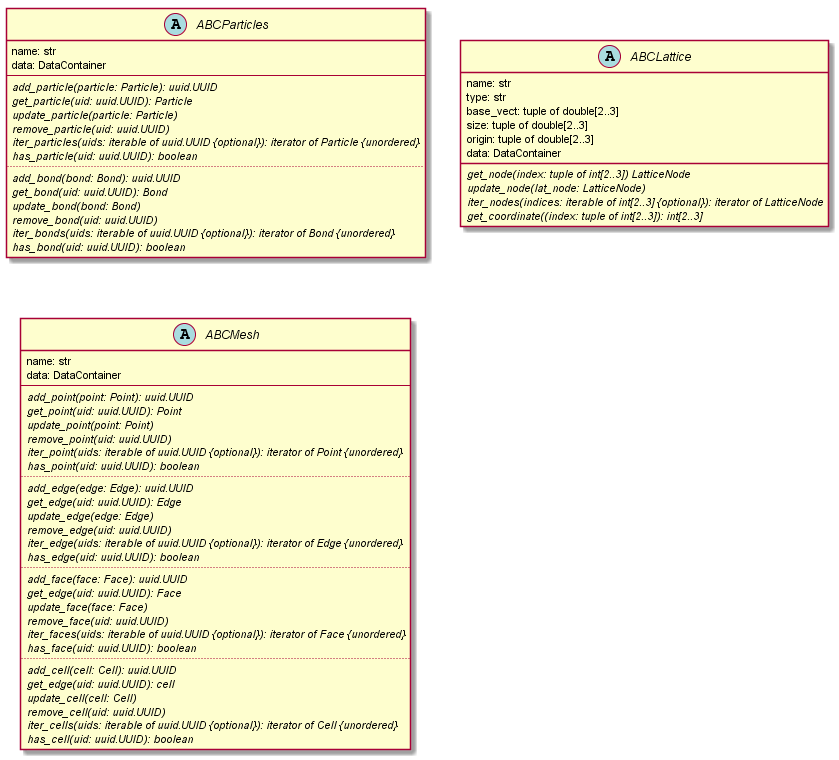
Earlier version of the PlantUML export doc/source/images/containers.png (simphony/simphony-common). Its diagram source:
```plantuml
@startuml
abstract class ABCParticles {
  name: str
  data: DataContainer
  --
  {abstract} add_particle(particle: Particle): uuid.UUID
  {abstract} get_particle(uid: uuid.UUID): Particle
  {abstract} update_particle(particle: Particle)
  {abstract} remove_particle(uid: uuid.UUID)
  {abstract} iter_particles(uids: iterable of uuid.UUID {optional}): iterator of Particle {unordered}
  {abstract} has_particle(uid: uuid.UUID): boolean
  ..
  {abstract} add_bond(bond: Bond): uuid.UUID
  {abstract} get_bond(uid: uuid.UUID): Bond
  {abstract} update_bond(bond: Bond)
  {abstract} remove_bond(uid: uuid.UUID)
  {abstract} iter_bonds(uids: iterable of uuid.UUID {optional}): iterator of Bond {unordered}
  {abstract} has_bond(uid: uuid.UUID): boolean
}
abstract class ABCLattice {
  name: str
  type: str
  base_vect: tuple of double[2..3]
  size: tuple of double[2..3]
  origin: tuple of double[2..3]
  data: DataContainer
  {abstract} get_node(index: tuple of int[2..3]) LatticeNode
  {abstract} update_node(lat_node: LatticeNode)
  {abstract} iter_nodes(indices: iterable of int[2..3] {optional}): iterator of LatticeNode
  {abstract} get_coordinate((index: tuple of int[2..3]): int[2..3]
}
abstract class ABCMesh {
  name: str
  data: DataContainer
  --
  {abstract} add_point(point: Point): uuid.UUID
  {abstract} get_point(uid: uuid.UUID): Point
  {abstract} update_point(point: Point)
  {abstract} remove_point(uid: uuid.UUID)
  {abstract} iter_point(uids: iterable of uuid.UUID {optional}): iterator of Point {unordered}
  {abstract} has_point(uid: uuid.UUID): boolean
  ..
  {abstract} add_edge(edge: Edge): uuid.UUID
  {abstract} get_edge(uid: uuid.UUID): Edge
  {abstract} update_edge(edge: Edge)
  {abstract} remove_edge(uid: uuid.UUID)
  {abstract} iter_edge(uids: iterable of uuid.UUID {optional}): iterator of Edge {unordered}
  {abstract} has_edge(uid: uuid.UUID): boolean
  ..
  {abstract} add_face(face: Face): uuid.UUID
  {abstract} get_edge(uid: uuid.UUID): Face
  {abstract} update_face(face: Face)
  {abstract} remove_face(uid: uuid.UUID)
  {abstract} iter_faces(uids: iterable of uuid.UUID {optional}): iterator of Face {unordered}
  {abstract} has_face(uid: uuid.UUID): boolean
  ..
  {abstract} add_cell(cell: Cell): uuid.UUID
  {abstract} get_edge(uid: uuid.UUID): cell
  {abstract} update_cell(cell: Cell)
  {abstract} remove_cell(uid: uuid.UUID)
  {abstract} iter_cells(uids: iterable of uuid.UUID {optional}): iterator of Cell {unordered}
  {abstract} has_cell(uid: uuid.UUID): boolean
}
@enduml
```
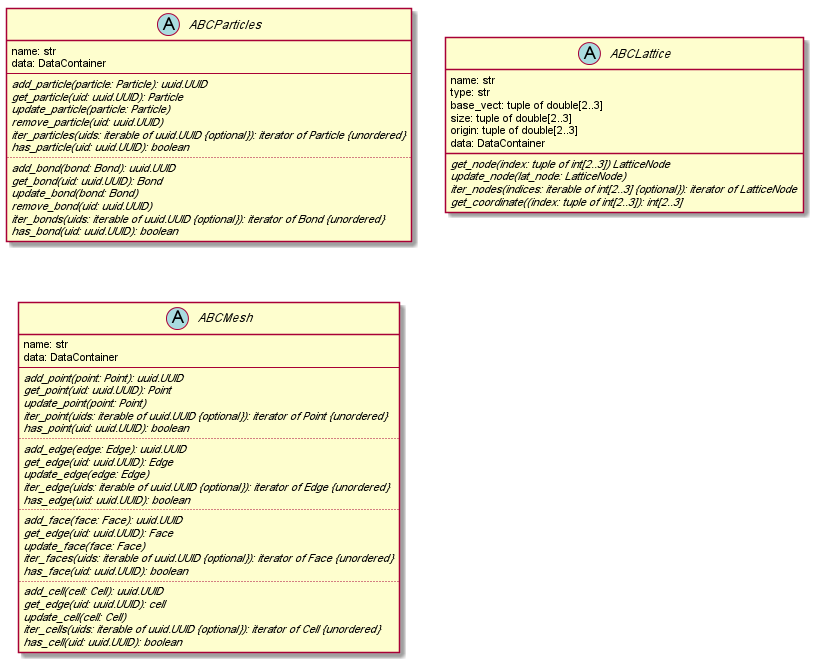
The same file after the commit.

Commit message:
update uml diagram for thye CUDS containers

Change to the diagram source:
```diff
@@ -36,28 +36,24 @@
   {abstract} add_point(point: Point): uuid.UUID
   {abstract} get_point(uid: uuid.UUID): Point
   {abstract} update_point(point: Point)
-  {abstract} remove_point(uid: uuid.UUID)
   {abstract} iter_point(uids: iterable of uuid.UUID {optional}): iterator of Point {unordered}
   {abstract} has_point(uid: uuid.UUID): boolean
   ..
   {abstract} add_edge(edge: Edge): uuid.UUID
   {abstract} get_edge(uid: uuid.UUID): Edge
   {abstract} update_edge(edge: Edge)
-  {abstract} remove_edge(uid: uuid.UUID)
   {abstract} iter_edge(uids: iterable of uuid.UUID {optional}): iterator of Edge {unordered}
   {abstract} has_edge(uid: uuid.UUID): boolean
   ..
   {abstract} add_face(face: Face): uuid.UUID
   {abstract} get_edge(uid: uuid.UUID): Face
   {abstract} update_face(face: Face)
-  {abstract} remove_face(uid: uuid.UUID)
   {abstract} iter_faces(uids: iterable of uuid.UUID {optional}): iterator of Face {unordered}
   {abstract} has_face(uid: uuid.UUID): boolean
   ..
   {abstract} add_cell(cell: Cell): uuid.UUID
   {abstract} get_edge(uid: uuid.UUID): cell
   {abstract} update_cell(cell: Cell)
-  {abstract} remove_cell(uid: uuid.UUID)
   {abstract} iter_cells(uids: iterable of uuid.UUID {optional}): iterator of Cell {unordered}
   {abstract} has_cell(uid: uuid.UUID): boolean
 }
```
